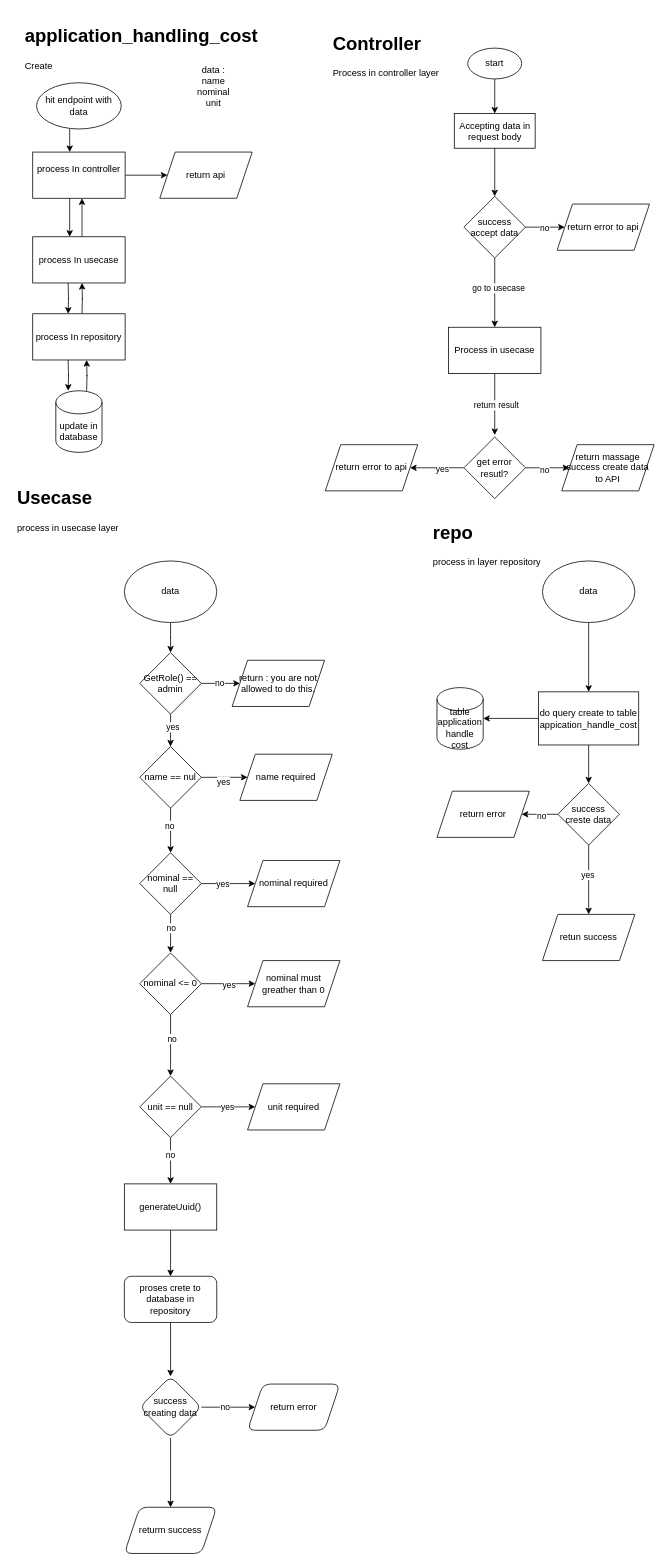
Above: page "create" (1 of 5) of loan interest.drawio in MasEBTa/drawio (draw.io), before the change. Source tidied: cells renumbered, new cells numbered last; positions are measured from the earlier drawing's top-left corner, leaving out a move shared by most shapes. Both pictures are drawn from the tidied source at 77%, with x=0, y=0 at pixel (13, 21).
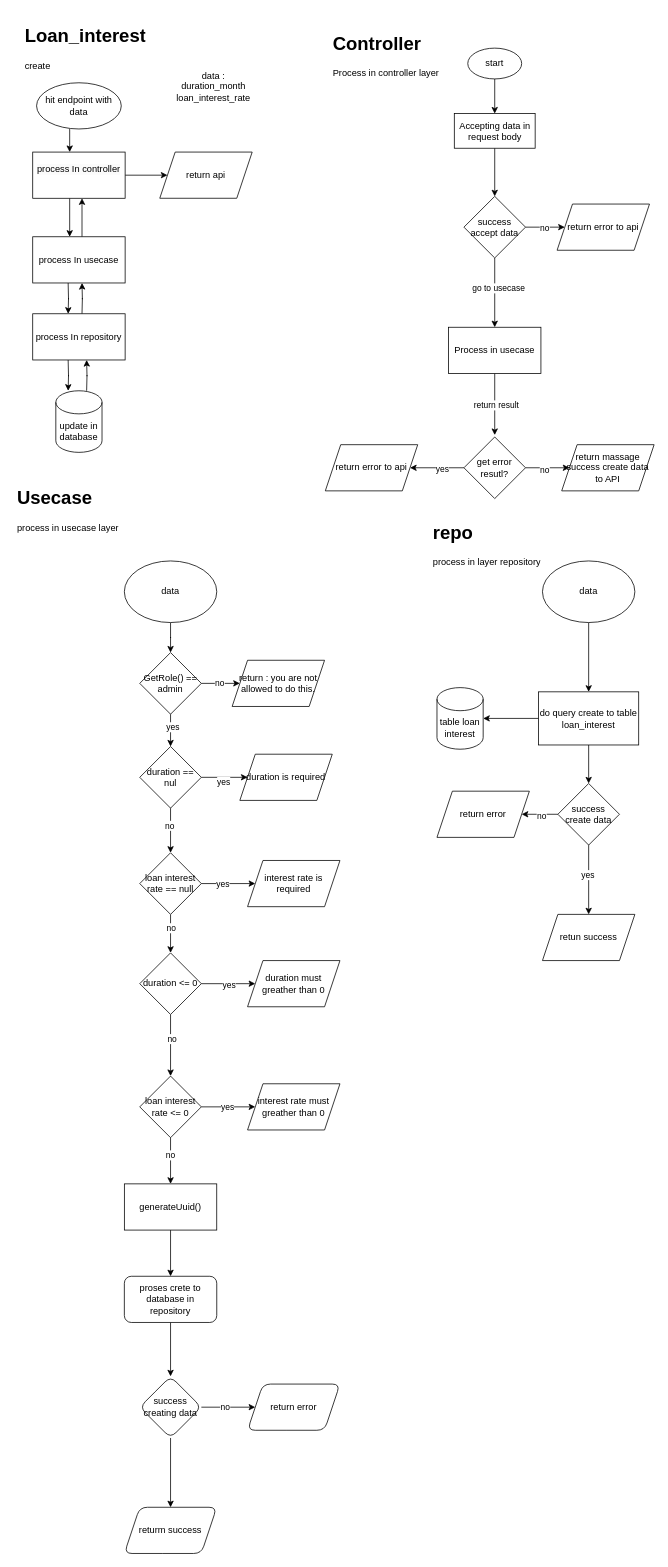
The same page after the edit.

Change to the diagram source:
```diff
@@
-    <mxCell id="2" value="&lt;h1&gt;application_handling_cost&lt;/h1&gt;&lt;div&gt;Create&lt;/div&gt;" style="text;html=1;strokeColor=none;fillColor=none;spacing=5;spacingTop=-20;whiteSpace=wrap;overflow=hidden;rounded=0;" parent="1" vertex="1">
+    <mxCell id="2" value="&lt;h1&gt;Loan_interest&lt;/h1&gt;&lt;div&gt;create&lt;/div&gt;" style="text;html=1;strokeColor=none;fillColor=none;spacing=5;spacingTop=-20;whiteSpace=wrap;overflow=hidden;rounded=0;" parent="1" vertex="1">
       <mxGeometry x="10" width="330" height="80" as="geometry" />
     </mxCell>
-    <mxCell id="3" value="data :&lt;br style=&quot;border-color: var(--border-color);&quot;&gt;name&lt;br style=&quot;border-color: var(--border-color);&quot;&gt;nominal&lt;br&gt;unit" style="text;html=1;strokeColor=none;fillColor=none;align=center;verticalAlign=middle;whiteSpace=wrap;rounded=0;" parent="1" vertex="1">
+    <mxCell id="3" value="data :&lt;br style=&quot;border-color: var(--border-color);&quot;&gt;duration_month&lt;br&gt;loan_interest_rate" style="text;html=1;strokeColor=none;fillColor=none;align=center;verticalAlign=middle;whiteSpace=wrap;rounded=0;" parent="1" vertex="1">
       <mxGeometry x="200" y="50" width="120" height="70" as="geometry" />
     </mxCell>
@@
-    <mxCell id="49" value="name == nul" style="rhombus;whiteSpace=wrap;html=1;" parent="1" vertex="1">
+    <mxCell id="49" value="duration == nul" style="rhombus;whiteSpace=wrap;html=1;" parent="1" vertex="1">
       <mxGeometry x="164" y="942" width="80" height="80" as="geometry" />
     </mxCell>
@@
-    <mxCell id="51" value="name required" style="shape=parallelogram;perimeter=parallelogramPerimeter;whiteSpace=wrap;html=1;fixedSize=1;" parent="1" vertex="1">
+    <mxCell id="51" value="duration is required" style="shape=parallelogram;perimeter=parallelogramPerimeter;whiteSpace=wrap;html=1;fixedSize=1;" parent="1" vertex="1">
       <mxGeometry x="294" y="952" width="120" height="60" as="geometry" />
     </mxCell>
@@
-    <mxCell id="56" value="nominal == null" style="rhombus;whiteSpace=wrap;html=1;" parent="1" vertex="1">
+    <mxCell id="56" value="loan interest rate == null" style="rhombus;whiteSpace=wrap;html=1;" parent="1" vertex="1">
       <mxGeometry x="164" y="1080" width="80" height="80" as="geometry" />
     </mxCell>
@@
-    <mxCell id="59" value="nominal required" style="shape=parallelogram;perimeter=parallelogramPerimeter;whiteSpace=wrap;html=1;fixedSize=1;" parent="1" vertex="1">
+    <mxCell id="59" value="interest rate is required" style="shape=parallelogram;perimeter=parallelogramPerimeter;whiteSpace=wrap;html=1;fixedSize=1;" parent="1" vertex="1">
       <mxGeometry x="304" y="1090" width="120" height="60" as="geometry" />
     </mxCell>
@@
-    <mxCell id="64" value="nominal &amp;lt;= 0" style="rhombus;whiteSpace=wrap;html=1;" parent="1" vertex="1">
+    <mxCell id="64" value="duration &amp;lt;= 0" style="rhombus;whiteSpace=wrap;html=1;" parent="1" vertex="1">
       <mxGeometry x="164" y="1210" width="80" height="80" as="geometry" />
     </mxCell>
-    <mxCell id="65" value="nominal must greather than 0" style="shape=parallelogram;perimeter=parallelogramPerimeter;whiteSpace=wrap;html=1;fixedSize=1;" parent="1" vertex="1">
+    <mxCell id="65" value="duration must greather than 0" style="shape=parallelogram;perimeter=parallelogramPerimeter;whiteSpace=wrap;html=1;fixedSize=1;" parent="1" vertex="1">
       <mxGeometry x="304" y="1220" width="120" height="60" as="geometry" />
     </mxCell>
@@
-    <mxCell id="69" value="unit == null" style="rhombus;whiteSpace=wrap;html=1;" parent="1" vertex="1">
+    <mxCell id="69" value="loan interest rate&amp;nbsp;&amp;lt;= 0" style="rhombus;whiteSpace=wrap;html=1;" parent="1" vertex="1">
       <mxGeometry x="164" y="1370" width="80" height="80" as="geometry" />
     </mxCell>
-    <mxCell id="70" value="unit required" style="shape=parallelogram;perimeter=parallelogramPerimeter;whiteSpace=wrap;html=1;fixedSize=1;" parent="1" vertex="1">
+    <mxCell id="70" value="interest rate&amp;nbsp;must greather than 0" style="shape=parallelogram;perimeter=parallelogramPerimeter;whiteSpace=wrap;html=1;fixedSize=1;" parent="1" vertex="1">
       <mxGeometry x="304" y="1380" width="120" height="60" as="geometry" />
     </mxCell>
@@
-    <mxCell id="84" value="do query create to table appication_handle_cost" style="whiteSpace=wrap;html=1;" parent="1" vertex="1">
+    <mxCell id="84" value="do query create to table loan_interest" style="whiteSpace=wrap;html=1;" parent="1" vertex="1">
       <mxGeometry x="682" y="871" width="130" height="69" as="geometry" />
     </mxCell>
-    <mxCell id="85" value="table application handle cost" style="shape=cylinder3;whiteSpace=wrap;html=1;boundedLbl=1;backgroundOutline=1;size=15;" parent="1" vertex="1">
+    <mxCell id="85" value="table loan interest" style="shape=cylinder3;whiteSpace=wrap;html=1;boundedLbl=1;backgroundOutline=1;size=15;" parent="1" vertex="1">
       <mxGeometry x="550" y="865.5" width="60" height="80" as="geometry" />
     </mxCell>
@@
-    <mxCell id="90" value="success creste data" style="rhombus;whiteSpace=wrap;html=1;" parent="1" vertex="1">
+    <mxCell id="90" value="success create data" style="rhombus;whiteSpace=wrap;html=1;" parent="1" vertex="1">
       <mxGeometry x="707" y="990" width="80" height="80" as="geometry" />
     </mxCell>
```
